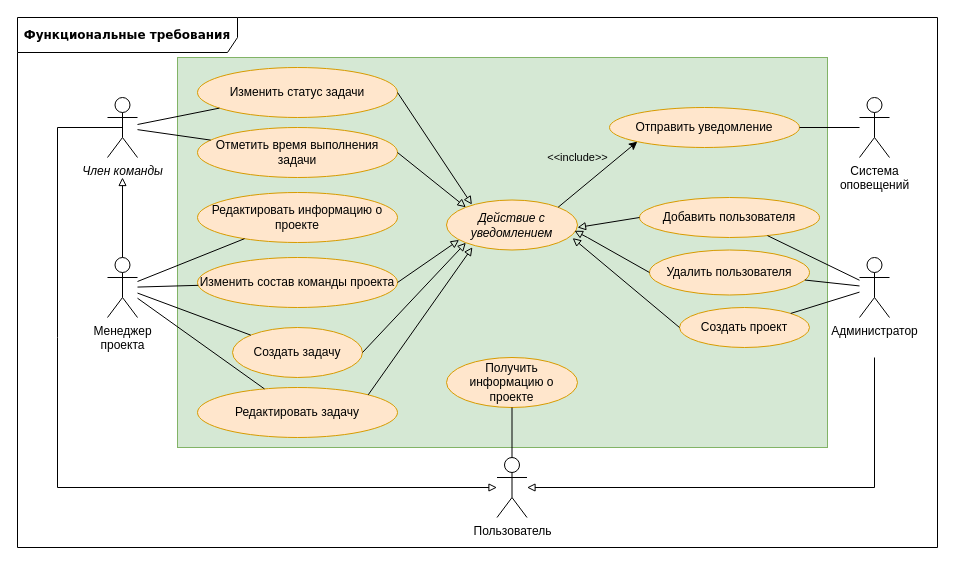
Earlier version of the draw.io diagram docs/raw_diagrams/functional_requirements.drawio (aVorotnikov/thunder_board). Source tidied: cells renumbered, new cells numbered last; positions are measured from the earlier drawing's top-left corner, leaving out a move shared by most shapes. Both pictures are drawn from the tidied source at 100%, with x=0, y=0 at pixel (17, 17).
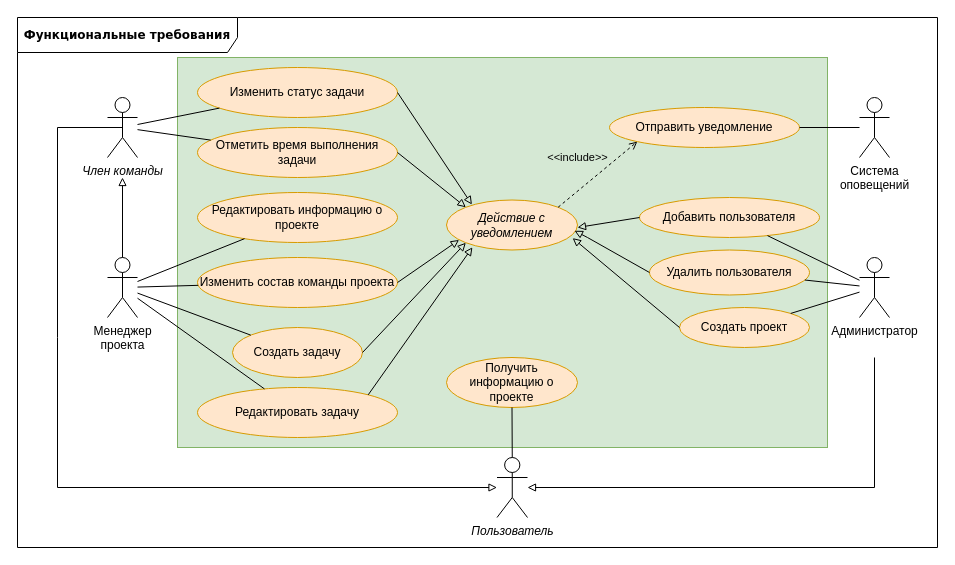
The same diagram, later.

Unchanged cells that the change refers to:
```xml
<mxCell id="30" value="Отправить уведомление" style="ellipse;whiteSpace=wrap;html=1;fillColor=#ffe6cc;strokeColor=#d79b00;" parent="1" vertex="1">
  <mxGeometry x="592" y="90" width="190" height="40" as="geometry" />
</mxCell>
<mxCell id="34" value="&lt;i&gt;Действие с уведомлением&lt;/i&gt;" style="ellipse;whiteSpace=wrap;html=1;fillColor=#ffe6cc;strokeColor=#d79b00;" parent="1" vertex="1">
  <mxGeometry x="429" y="182.5" width="131" height="50" as="geometry" />
</mxCell>
```

The edit, as a diff of the source:
```diff
@@
-    <mxCell id="21" value="Пользователь" style="shape=umlActor;verticalLabelPosition=bottom;verticalAlign=top;html=1;outlineConnect=0;" parent="1" vertex="1">
-      <mxGeometry x="479.5" y="440" width="30" height="60" as="geometry" />
+    <mxCell id="21" value="&lt;i style=&quot;&quot;&gt;Пользователь&lt;/i&gt;" style="shape=umlActor;verticalLabelPosition=bottom;verticalAlign=top;html=1;outlineConnect=0;" parent="1" vertex="1">
+      <mxGeometry x="479.5" y="440" width="30.5" height="60" as="geometry" />
     </mxCell>
@@
-    <mxCell id="35" style="endArrow=classic;html=1;rounded=0;entryX=0;entryY=1;entryDx=0;entryDy=0;exitX=1;exitY=0;exitDx=0;exitDy=0;" parent="1" edge="1" source="34" target="30">
+    <mxCell id="35" style="endArrow=open;html=1;rounded=0;entryX=0;entryY=1;entryDx=0;entryDy=0;exitX=1;exitY=0;exitDx=0;exitDy=0;dashed=1;endFill=0;" parent="1" edge="1" source="34" target="30">
       <mxGeometry relative="1" as="geometry" />
     </mxCell>
```
